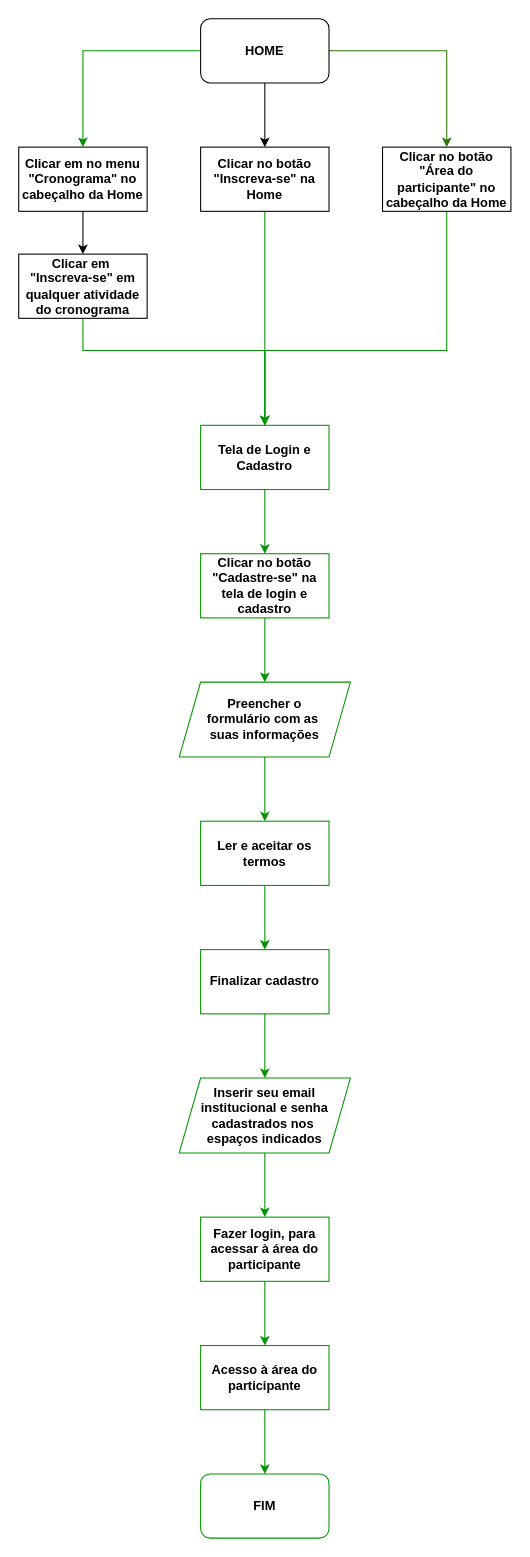
jo4o-vinicius/Flowchart-of-SIEEL-s-site keeps this draw.io diagram as page "cadastro-e-login" (1 of 6) of flowcharts-SIEEL-s-Site.drawio. Above is the earlier version. Source tidied: cells renumbered, new cells numbered last; positions are measured from the earlier drawing's top-left corner, leaving out a move shared by most shapes. Both pictures are drawn from the tidied source at 107%, with x=0, y=0 at pixel (18, 18).
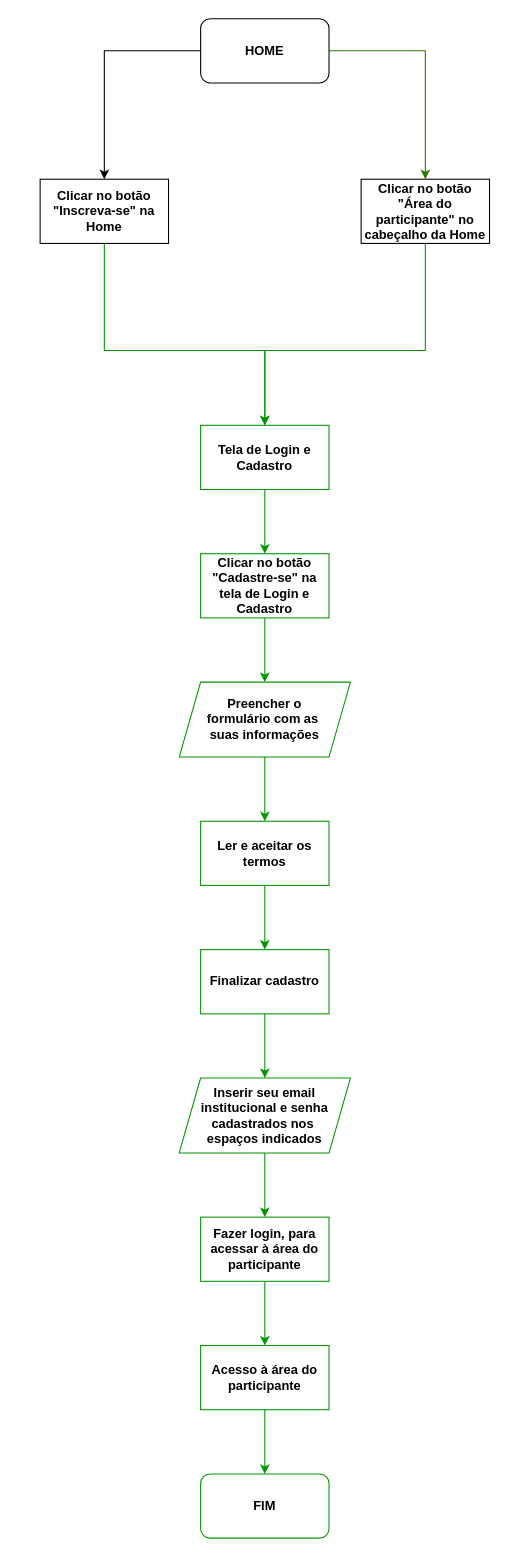
The same page after the edit.

Unchanged cells that the change refers to:
```xml
<mxCell id="5" value="&lt;b&gt;HOME&lt;/b&gt;" style="rounded=1;whiteSpace=wrap;html=1;strokeColor=light-dark(#000000,#049402);" parent="1" vertex="1">
  <mxGeometry x="170" width="120" height="60" as="geometry" />
</mxCell>
<mxCell id="17" value="&lt;b&gt;Tela de Login e Cadastro&lt;/b&gt;" style="rounded=0;whiteSpace=wrap;html=1;strokeColor=light-dark(#049402,#049402);" parent="1" vertex="1">
  <mxGeometry x="170" y="380" width="120" height="60" as="geometry" />
</mxCell>
```

What changed in the source:
```diff
@@
-    <mxCell id="2" style="edgeStyle=orthogonalEdgeStyle;rounded=0;jettySize=auto;html=1;entryX=0.5;entryY=0;entryDx=0;entryDy=0;strokeColor=light-dark(#049402,#049402);" parent="1" edge="1" source="5" target="9">
-      <mxGeometry relative="1" as="geometry" />
-    </mxCell>
@@
     <mxCell id="4" style="edgeStyle=orthogonalEdgeStyle;rounded=0;jettySize=auto;html=1;fillColor=#60a917;strokeColor=light-dark(#2D7600,#049402);entryX=0.5;entryY=0;entryDx=0;entryDy=0;" parent="1" edge="1" source="5" target="11">
       <mxGeometry relative="1" as="geometry">
         <Array as="points">
-          <mxPoint x="400" y="30" />
+          <mxPoint x="380" y="30" />
+          <mxPoint x="380" y="150" />
         </Array>
       </mxGeometry>
     </mxCell>
@@
     <mxCell id="6" style="edgeStyle=orthogonalEdgeStyle;rounded=0;jettySize=auto;html=1;strokeColor=light-dark(#049402,#049402);" parent="1" edge="1" source="7" target="17">
-      <mxGeometry relative="1" as="geometry" />
+      <mxGeometry relative="1" as="geometry">
+        <Array as="points">
+          <mxPoint x="80" y="310" />
+          <mxPoint x="230" y="310" />
+        </Array>
+      </mxGeometry>
     </mxCell>
     <mxCell id="7" value="&lt;div&gt;&lt;b&gt;Clicar no botão&lt;/b&gt;&lt;/div&gt;&lt;div&gt;&lt;b&gt;&quot;Inscreva-se&quot; na Home&lt;/b&gt;&lt;/div&gt;" style="rounded=0;whiteSpace=wrap;html=1;strokeColor=light-dark(#000000,#049402);" parent="1" vertex="1">
-      <mxGeometry x="170" y="120" width="120" height="60" as="geometry" />
+      <mxGeometry x="20" y="150" width="120" height="60" as="geometry" />
     </mxCell>
-    <mxCell id="8" style="edgeStyle=orthogonalEdgeStyle;rounded=0;jettySize=auto;html=1;" parent="1" edge="1" source="9" target="19">
-      <mxGeometry relative="1" as="geometry" />
-    </mxCell>
-    <mxCell id="9" value="&lt;b&gt;Clicar em no menu &quot;Cronograma&quot; no cabeçalho da Home&lt;/b&gt;" style="rounded=0;whiteSpace=wrap;html=1;strokeColor=light-dark(#000000,#049402);" parent="1" vertex="1">
-      <mxGeometry y="120" width="120" height="60" as="geometry" />
-    </mxCell>
     <mxCell id="10" style="edgeStyle=orthogonalEdgeStyle;rounded=0;jettySize=auto;html=1;entryX=0.5;entryY=0;entryDx=0;entryDy=0;strokeColor=light-dark(#049402,#049402);" parent="1" edge="1" source="11" target="17">
       <mxGeometry relative="1" as="geometry">
         <Array as="points">
-          <mxPoint x="400" y="310" />
+          <mxPoint x="380" y="310" />
           <mxPoint x="230" y="310" />
         </Array>
       </mxGeometry>
     </mxCell>
     <mxCell id="11" value="&lt;div&gt;&lt;b&gt;Clicar no botão&lt;/b&gt;&lt;/div&gt;&lt;div&gt;&lt;b&gt;&quot;Área do participante&quot; no cabeçalho da Home&lt;/b&gt;&lt;/div&gt;" style="rounded=0;whiteSpace=wrap;html=1;strokeColor=light-dark(#000000,#049402);" parent="1" vertex="1">
-      <mxGeometry x="340" y="120" width="120" height="60" as="geometry" />
+      <mxGeometry x="320" y="150" width="120" height="60" as="geometry" />
     </mxCell>
@@
-    <mxCell id="13" value="&lt;b&gt;Clicar no botão &quot;Cadastre-se&quot; na tela de login e cadastro&lt;/b&gt;" style="rounded=0;whiteSpace=wrap;html=1;strokeColor=light-dark(#049402,#049402);" parent="1" vertex="1">
+    <mxCell id="13" value="&lt;b&gt;Clicar no botão &quot;Cadastre-se&quot; na tela de Login e Cadastro&lt;/b&gt;" style="rounded=0;whiteSpace=wrap;html=1;strokeColor=light-dark(#049402,#049402);" parent="1" vertex="1">
       <mxGeometry x="170" y="500" width="120" height="60" as="geometry" />
     </mxCell>
@@
-    <mxCell id="18" style="edgeStyle=orthogonalEdgeStyle;rounded=0;jettySize=auto;html=1;entryX=0.5;entryY=0;entryDx=0;entryDy=0;strokeColor=light-dark(#049402,#049402);" parent="1" edge="1" source="19" target="17">
-      <mxGeometry relative="1" as="geometry">
-        <Array as="points">
-          <mxPoint x="60" y="310" />
-          <mxPoint x="230" y="310" />
-        </Array>
-      </mxGeometry>
-    </mxCell>
-    <mxCell id="19" value="&lt;div&gt;&lt;b&gt;Clicar em&amp;nbsp;&lt;/b&gt;&lt;/div&gt;&lt;div&gt;&lt;b&gt;&quot;Inscreva-se&quot; em qualquer atividade do cronograma&lt;/b&gt;&lt;/div&gt;" style="rounded=0;whiteSpace=wrap;html=1;strokeColor=light-dark(#000000,#049402);" parent="1" vertex="1">
-      <mxGeometry y="220" width="120" height="60" as="geometry" />
-    </mxCell>
```
